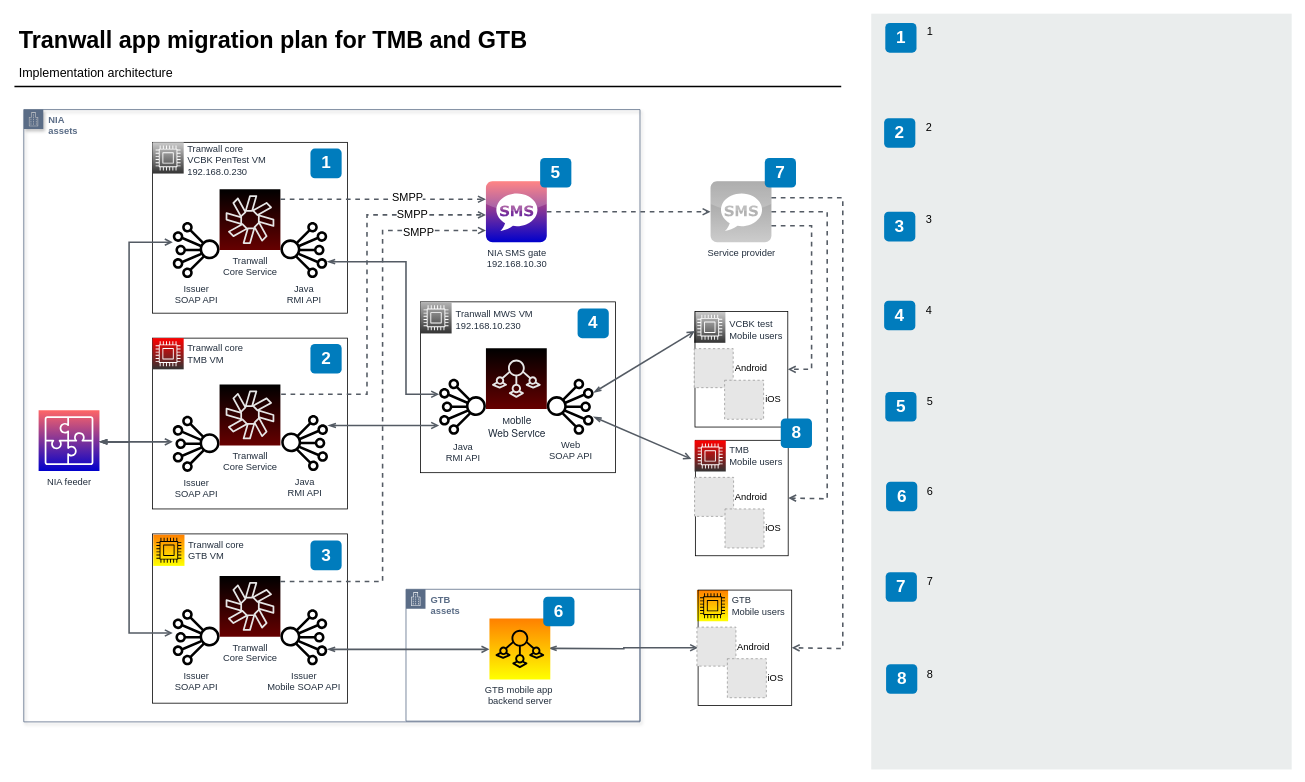
7ak/draw.io keeps this draw.io diagram as Tranwall app migration plan.drawio. Above is the earlier version. Source tidied: cells renumbered, new cells numbered last; positions are measured from the earlier drawing's top-left corner, leaving out a move shared by most shapes. Both pictures are drawn from the tidied source at 78%, with x=0, y=0 at pixel (14, 13). Pictures stored in the file or linked from it are replaced by grey dashed boxes.
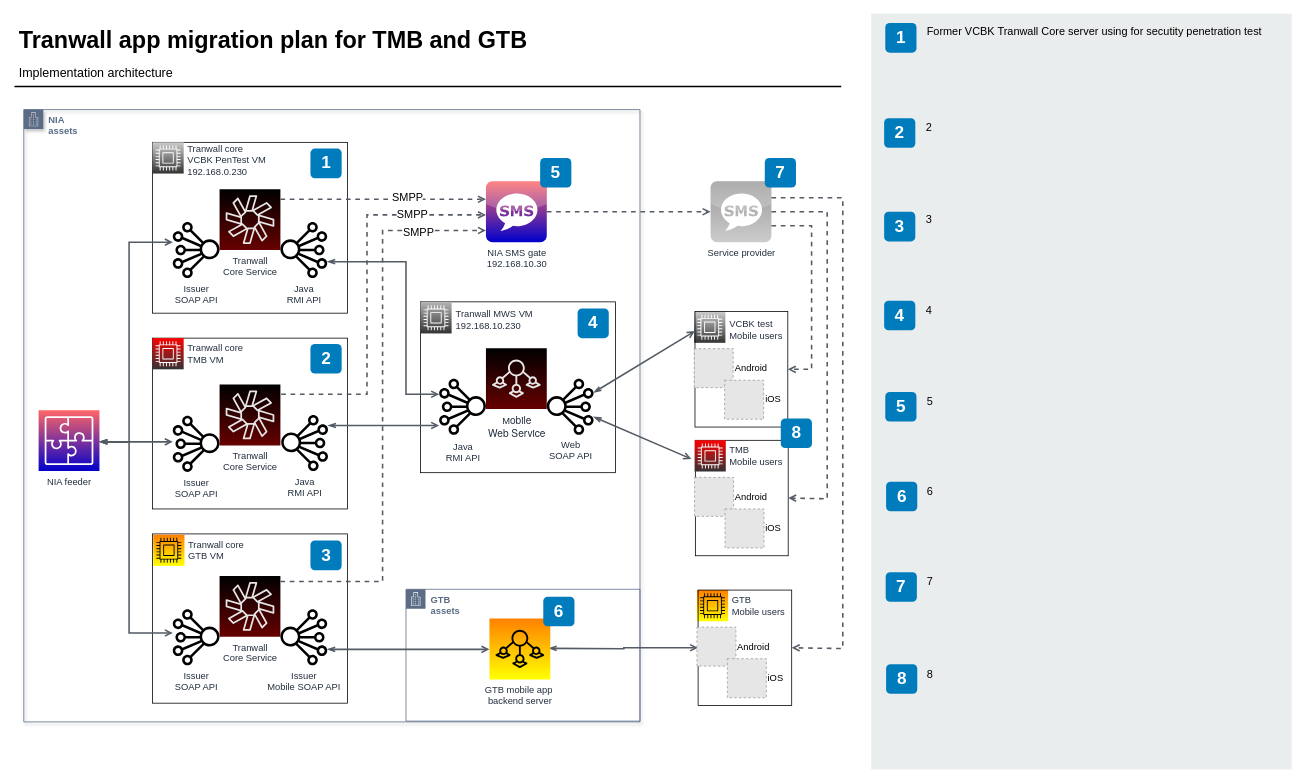
Above is the later version.

Diff of the diagram source:
```diff
@@
-    <mxCell id="27" value="1" style="text;html=1;align=left;verticalAlign=top;spacingTop=-4;fontSize=14;labelBackgroundColor=none;whiteSpace=wrap;" parent="1" vertex="1">
+    <mxCell id="27" value="Former VCBK Tranwall Core server using for secutity penetration test" style="text;html=1;align=left;verticalAlign=top;spacingTop=-4;fontSize=14;labelBackgroundColor=none;whiteSpace=wrap;" parent="1" vertex="1">
       <mxGeometry x="1168" y="11.5" width="449" height="118" as="geometry" />
     </mxCell>
```
